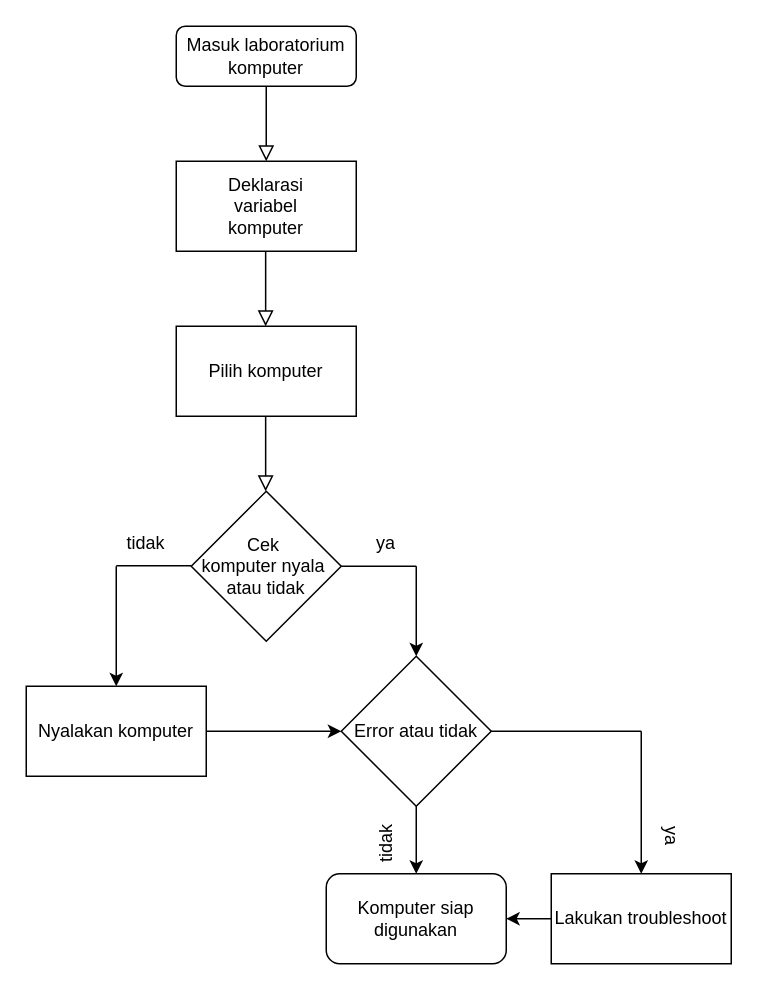
hans3I/data keeps this draw.io diagram as Untitled Diagram.drawio. Above is the earlier version. Source tidied: cells renumbered, new cells numbered last; positions are measured from the earlier drawing's top-left corner, leaving out a move shared by most shapes. Both pictures are drawn from the tidied source at 150%, with x=0, y=0 at pixel (26, 26).
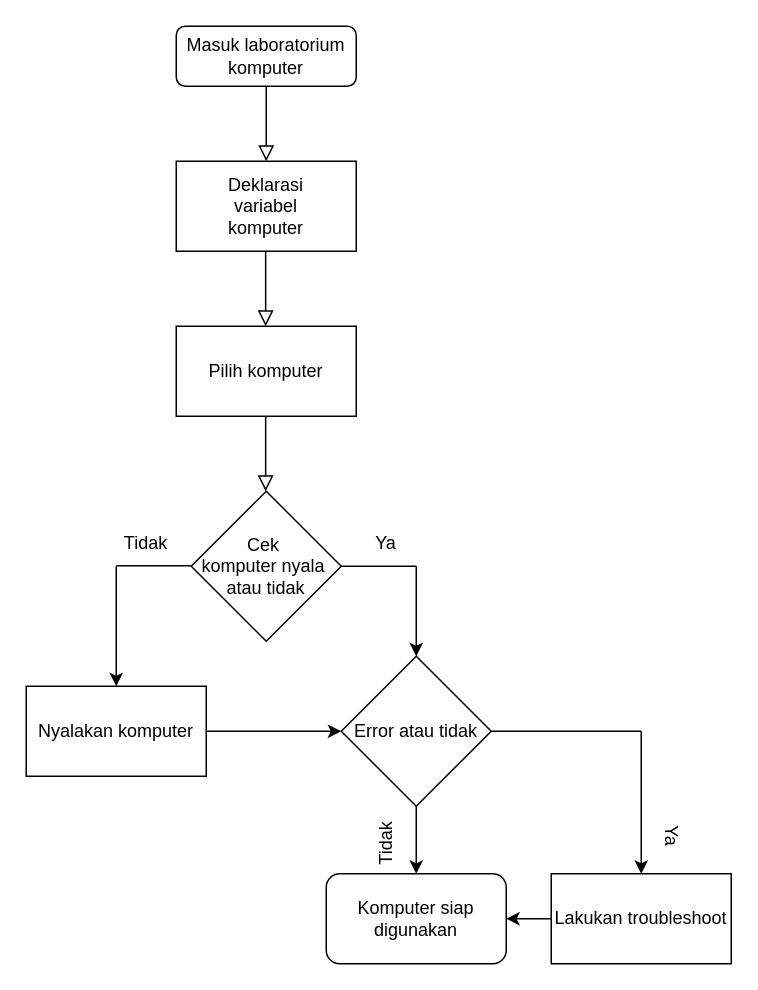
The same diagram, later.

The edit, as a diff of the source:
```diff
@@
-    <mxCell id="11" value="ya" style="text;html=1;align=center;verticalAlign=middle;whiteSpace=wrap;rounded=0;" parent="1" vertex="1">
+    <mxCell id="11" value="Ya" style="text;html=1;align=center;verticalAlign=middle;whiteSpace=wrap;rounded=0;" parent="1" vertex="1">
       <mxGeometry x="210" y="330" width="60" height="30" as="geometry" />
     </mxCell>
-    <mxCell id="12" value="tidak" style="text;html=1;align=center;verticalAlign=middle;whiteSpace=wrap;rounded=0;" parent="1" vertex="1">
+    <mxCell id="12" value="Tidak" style="text;html=1;align=center;verticalAlign=middle;whiteSpace=wrap;rounded=0;" parent="1" vertex="1">
       <mxGeometry x="50" y="330" width="60" height="30" as="geometry" />
     </mxCell>
@@
-    <mxCell id="22" value="ya" style="text;html=1;align=center;verticalAlign=middle;whiteSpace=wrap;rounded=0;rotation=90;" parent="1" vertex="1">
+    <mxCell id="22" value="Ya" style="text;html=1;align=center;verticalAlign=middle;whiteSpace=wrap;rounded=0;rotation=90;" parent="1" vertex="1">
       <mxGeometry x="400" y="525" width="60" height="30" as="geometry" />
     </mxCell>
@@
-    <mxCell id="24" value="tidak" style="text;html=1;align=center;verticalAlign=middle;whiteSpace=wrap;rounded=0;rotation=-90;" parent="1" vertex="1">
+    <mxCell id="24" value="Tidak" style="text;html=1;align=center;verticalAlign=middle;whiteSpace=wrap;rounded=0;rotation=-90;" parent="1" vertex="1">
       <mxGeometry x="210" y="530" width="60" height="30" as="geometry" />
     </mxCell>
```
